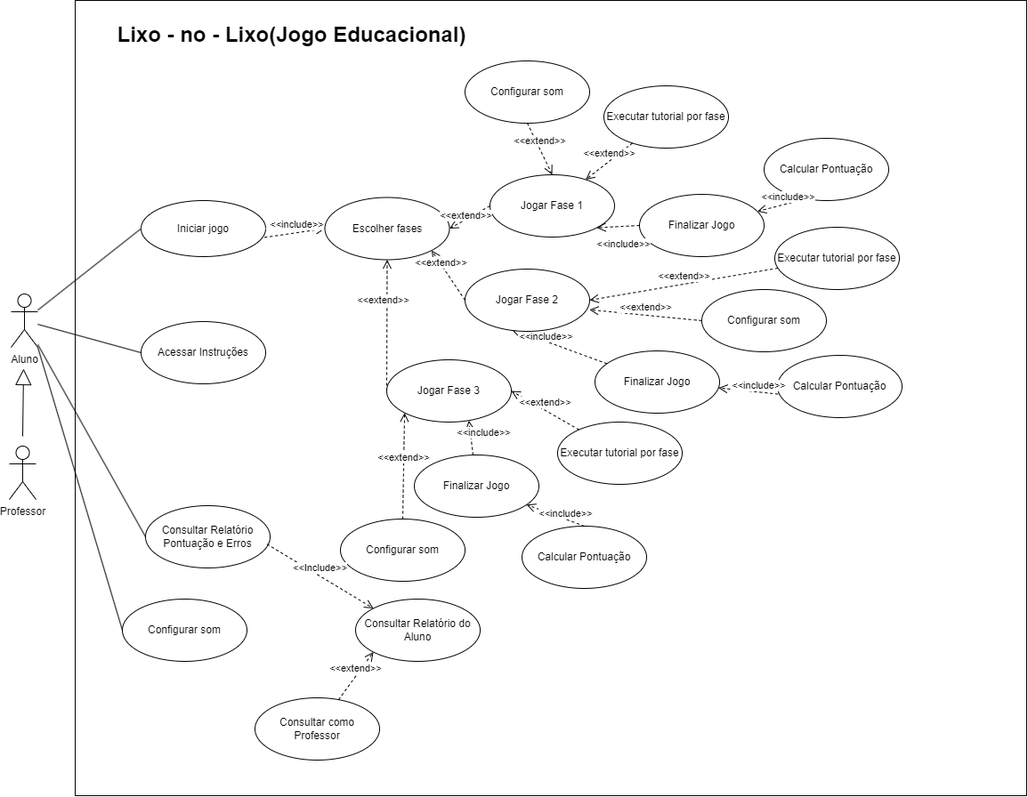
Before: JOGOES.drawio.png, a diagram exported from draw.io (BrendaGarcez/Lixo-no-Lixo). Source tidied: cells renumbered, new cells last; positions are measured from the earlier drawing's top-left corner, leaving out a move shared by most shapes.
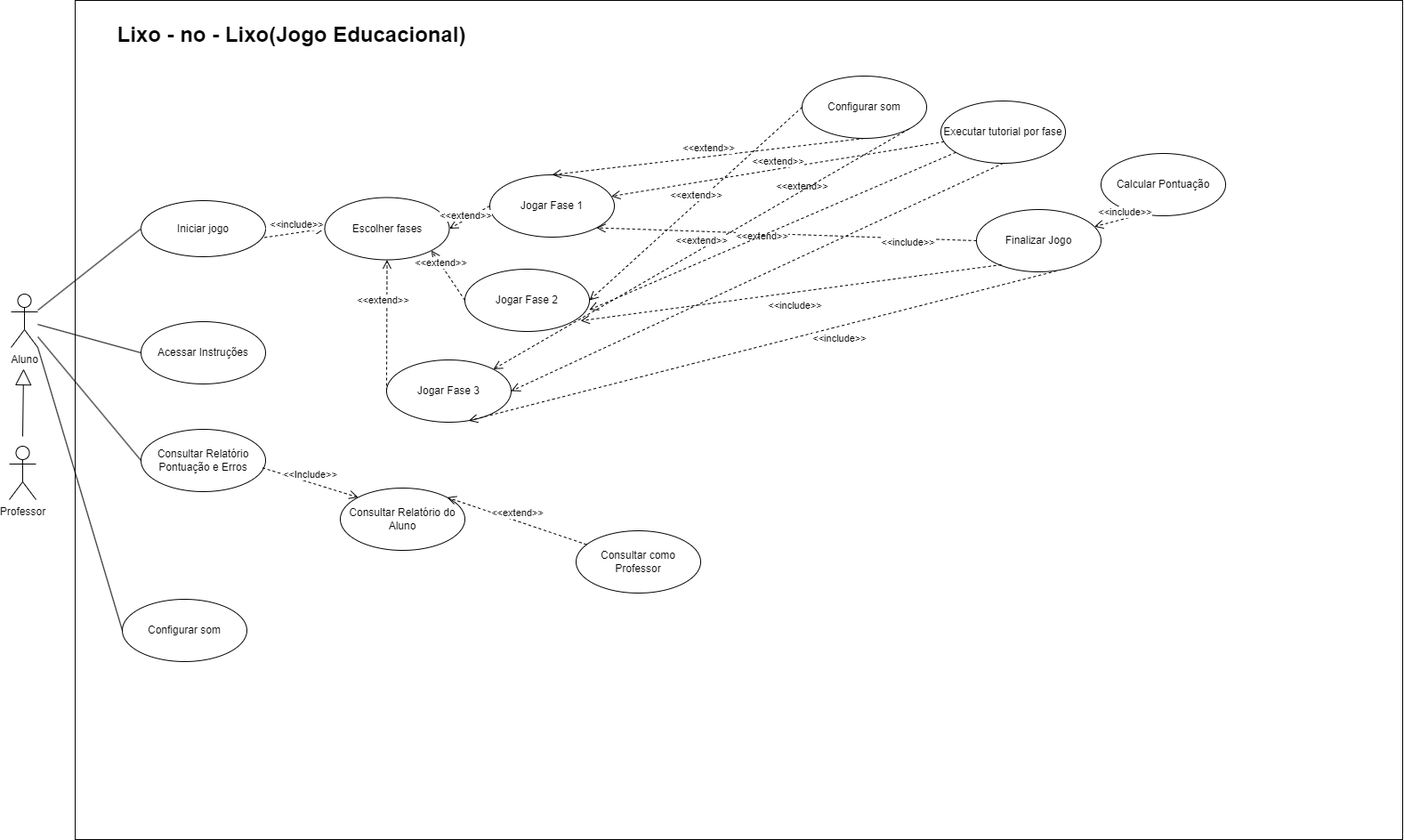
After the change.

The edit, as a diff of the source:
```diff
@@ -3,7 +3,7 @@
     <mxCell id="0" />
     <mxCell id="1" parent="0" />
     <mxCell id="2" style="rounded=0;whiteSpace=wrap;html=1;" parent="1" vertex="1">
-      <mxGeometry x="74" width="1069" height="894" as="geometry" />
+      <mxGeometry x="74" width="1492" height="943" as="geometry" />
     </mxCell>
     <mxCell id="3" value="Aluno" style="shape=umlActor;verticalLabelPosition=bottom;verticalAlign=top;html=1;outlineConnect=0;" parent="1" vertex="1">
       <mxGeometry x="2" y="330" width="30" height="60" as="geometry" />
@@ -27,7 +27,7 @@
       <mxGeometry x="148" y="225" width="140" height="63" as="geometry" />
     </mxCell>
     <mxCell id="9" value="Executar tutorial por fase" style="ellipse;whiteSpace=wrap;html=1;" parent="1" vertex="1">
-      <mxGeometry x="668" y="96" width="140" height="70" as="geometry" />
+      <mxGeometry x="1047" y="113" width="140" height="70" as="geometry" />
     </mxCell>
     <mxCell id="10" value="&amp;lt;&amp;lt;include&amp;gt;&amp;gt;" style="html=1;verticalAlign=bottom;endArrow=open;dashed=1;endSize=8;curved=0;rounded=0;exitX=0.992;exitY=0.657;exitDx=0;exitDy=0;entryX=0;entryY=0.5;entryDx=0;entryDy=0;exitPerimeter=0;" parent="1" edge="1" source="8" target="5">
       <mxGeometry x="0.06" relative="1" as="geometry" />
@@ -48,7 +48,7 @@
       <mxGeometry relative="1" as="geometry" />
     </mxCell>
     <mxCell id="16" value="Calcular Pontuação" style="ellipse;whiteSpace=wrap;html=1;" parent="1" vertex="1">
-      <mxGeometry x="848" y="155" width="140" height="70" as="geometry" />
+      <mxGeometry x="1227" y="172" width="140" height="70" as="geometry" />
     </mxCell>
     <mxCell id="17" value="&amp;lt;&amp;lt;include&amp;gt;&amp;gt;" style="html=1;verticalAlign=bottom;endArrow=open;dashed=1;endSize=8;curved=0;rounded=0;exitX=0.305;exitY=0.988;exitDx=0;exitDy=0;exitPerimeter=0;" parent="1" edge="1" source="16" target="19">
       <mxGeometry x="-0.37" y="2" relative="1" as="geometry" />
@@ -57,30 +57,18 @@
       <mxGeometry x="540" y="196" width="140" height="70" as="geometry" />
     </mxCell>
     <mxCell id="19" value="Finalizar Jogo" style="ellipse;whiteSpace=wrap;html=1;" parent="1" vertex="1">
-      <mxGeometry x="708" y="218" width="140" height="70" as="geometry" />
+      <mxGeometry x="1087" y="235" width="140" height="70" as="geometry" />
     </mxCell>
     <mxCell id="20" value="&amp;lt;&amp;lt;include&amp;gt;&amp;gt;" style="html=1;verticalAlign=bottom;endArrow=open;dashed=1;endSize=8;curved=0;rounded=0;exitX=0;exitY=0.5;exitDx=0;exitDy=0;entryX=1;entryY=1;entryDx=0;entryDy=0;" parent="1" edge="1" source="19" target="18">
-      <mxGeometry x="-0.19" y="29" relative="1" as="geometry" />
+      <mxGeometry x="-0.64" y="14" relative="1" as="geometry" />
     </mxCell>
     <mxCell id="21" value="&amp;lt;&amp;lt;extend&amp;gt;&amp;gt;" style="html=1;verticalAlign=bottom;endArrow=open;dashed=1;endSize=8;curved=0;rounded=0;exitX=0;exitY=0.5;exitDx=0;exitDy=0;entryX=1;entryY=0.5;entryDx=0;entryDy=0;" parent="1" edge="1" source="18" target="5">
       <mxGeometry x="0.25" y="4" relative="1" as="geometry" />
     </mxCell>
-    <mxCell id="22" value="Calcular Pontuação" style="ellipse;whiteSpace=wrap;html=1;" parent="1" vertex="1">
-      <mxGeometry x="863" y="399" width="140" height="70" as="geometry" />
-    </mxCell>
-    <mxCell id="23" value="&amp;lt;&amp;lt;include&amp;gt;&amp;gt;" style="html=1;verticalAlign=bottom;endArrow=open;dashed=1;endSize=8;curved=0;rounded=0;exitX=0.005;exitY=0.622;exitDx=0;exitDy=0;exitPerimeter=0;" parent="1" edge="1" source="22" target="24">
-      <mxGeometry x="-0.37" y="2" relative="1" as="geometry" />
-    </mxCell>
-    <mxCell id="24" value="Finalizar Jogo" style="ellipse;whiteSpace=wrap;html=1;" parent="1" vertex="1">
-      <mxGeometry x="658" y="394" width="140" height="70" as="geometry" />
-    </mxCell>
-    <mxCell id="25" value="&amp;lt;&amp;lt;include&amp;gt;&amp;gt;" style="html=1;verticalAlign=bottom;endArrow=open;dashed=1;endSize=8;curved=0;rounded=0;entryX=0.366;entryY=0.954;entryDx=0;entryDy=0;entryPerimeter=0;" parent="1" edge="1" source="24" target="28">
-      <mxGeometry x="0.25" y="4" relative="1" as="geometry" />
+    <mxCell id="25" value="&amp;lt;&amp;lt;include&amp;gt;&amp;gt;" style="html=1;verticalAlign=bottom;endArrow=open;dashed=1;endSize=8;curved=0;rounded=0;entryX=0.929;entryY=0.829;entryDx=0;entryDy=0;entryPerimeter=0;exitX=0.2;exitY=0.886;exitDx=0;exitDy=0;exitPerimeter=0;" parent="1" edge="1" source="19" target="28">
+      <mxGeometry x="-0.01" y="24" relative="1" as="geometry" />
     </mxCell>
-    <mxCell id="26" value="Executar tutorial por fase" style="ellipse;whiteSpace=wrap;html=1;" parent="1" vertex="1">
-      <mxGeometry x="860" y="255" width="140" height="70" as="geometry" />
-    </mxCell>
-    <mxCell id="27" value="&amp;lt;&amp;lt;extend&amp;gt;&amp;gt;" style="html=1;verticalAlign=bottom;endArrow=open;dashed=1;endSize=8;curved=0;rounded=0;entryX=1;entryY=0.5;entryDx=0;entryDy=0;" parent="1" edge="1" source="26" target="28">
+    <mxCell id="27" value="&amp;lt;&amp;lt;extend&amp;gt;&amp;gt;" style="html=1;verticalAlign=bottom;endArrow=open;dashed=1;endSize=8;curved=0;rounded=0;entryX=1;entryY=0.5;entryDx=0;entryDy=0;exitX=0;exitY=0.5;exitDx=0;exitDy=0;" parent="1" edge="1" source="42" target="28">
       <mxGeometry relative="1" as="geometry" />
     </mxCell>
     <mxCell id="28" value="Jogar Fase 2" style="ellipse;whiteSpace=wrap;html=1;" parent="1" vertex="1">
@@ -90,7 +78,7 @@
       <mxGeometry x="0.25" y="4" relative="1" as="geometry" />
     </mxCell>
     <mxCell id="30" value="Consultar Relatório Pontuação e Erros" style="ellipse;whiteSpace=wrap;html=1;" parent="1" vertex="1">
-      <mxGeometry x="153" y="568" width="140" height="70" as="geometry" />
+      <mxGeometry x="148" y="482" width="140" height="70" as="geometry" />
     </mxCell>
     <mxCell id="31" style="endArrow=none;html=1;rounded=0;exitX=0;exitY=0.5;exitDx=0;exitDy=0;" parent="1" edge="1" source="30" target="3">
       <mxGeometry relative="1" as="geometry" />
@@ -110,52 +98,34 @@
     <mxCell id="35" value="&amp;lt;&amp;lt;extend&amp;gt;&amp;gt;" style="html=1;verticalAlign=bottom;endArrow=open;dashed=1;endSize=8;curved=0;rounded=0;exitX=0;exitY=0.5;exitDx=0;exitDy=0;entryX=0.5;entryY=1;entryDx=0;entryDy=0;" parent="1" edge="1" source="34" target="5">
       <mxGeometry x="0.25" y="4" relative="1" as="geometry" />
     </mxCell>
-    <mxCell id="36" value="&amp;lt;&amp;lt;extend&amp;gt;&amp;gt;" style="html=1;verticalAlign=bottom;endArrow=open;dashed=1;endSize=8;curved=0;rounded=0;entryX=1;entryY=0.5;entryDx=0;entryDy=0;" parent="1" edge="1" source="37" target="34">
-      <mxGeometry relative="1" as="geometry" />
+    <mxCell id="36" value="&amp;lt;&amp;lt;extend&amp;gt;&amp;gt;" style="html=1;verticalAlign=bottom;endArrow=open;dashed=1;endSize=8;curved=0;rounded=0;entryX=1;entryY=0.5;entryDx=0;entryDy=0;exitX=0.5;exitY=1;exitDx=0;exitDy=0;" parent="1" edge="1" source="9" target="34">
+      <mxGeometry x="-0.07" y="-31" relative="1" as="geometry" />
     </mxCell>
-    <mxCell id="37" value="Executar tutorial por fase" style="ellipse;whiteSpace=wrap;html=1;" parent="1" vertex="1">
-      <mxGeometry x="616" y="474" width="140" height="70" as="geometry" />
-    </mxCell>
-    <mxCell id="38" value="Finalizar Jogo" style="ellipse;whiteSpace=wrap;html=1;" parent="1" vertex="1">
-      <mxGeometry x="455" y="511" width="140" height="70" as="geometry" />
-    </mxCell>
-    <mxCell id="39" value="&amp;lt;&amp;lt;include&amp;gt;&amp;gt;" style="html=1;verticalAlign=bottom;endArrow=open;dashed=1;endSize=8;curved=0;rounded=0;entryX=0.659;entryY=0.976;entryDx=0;entryDy=0;entryPerimeter=0;" parent="1" edge="1" source="38" target="34">
-      <mxGeometry x="-0.26" y="-14" relative="1" as="geometry" />
+    <mxCell id="39" value="&amp;lt;&amp;lt;include&amp;gt;&amp;gt;" style="html=1;verticalAlign=bottom;endArrow=open;dashed=1;endSize=8;curved=0;rounded=0;entryX=0.659;entryY=0.976;entryDx=0;entryDy=0;entryPerimeter=0;exitX=0.643;exitY=0.986;exitDx=0;exitDy=0;exitPerimeter=0;" parent="1" edge="1" source="19" target="34">
+      <mxGeometry x="-0.24" y="22" relative="1" as="geometry" />
     </mxCell>
-    <mxCell id="40" value="&amp;lt;&amp;lt;include&amp;gt;&amp;gt;" style="html=1;verticalAlign=bottom;endArrow=open;dashed=1;endSize=8;curved=0;rounded=0;exitX=0.5;exitY=0;exitDx=0;exitDy=0;" parent="1" edge="1" source="41" target="38">
-      <mxGeometry x="-0.37" y="2" relative="1" as="geometry" />
-    </mxCell>
-    <mxCell id="41" value="Calcular Pontuação" style="ellipse;whiteSpace=wrap;html=1;" parent="1" vertex="1">
-      <mxGeometry x="576" y="591" width="140" height="70" as="geometry" />
-    </mxCell>
     <mxCell id="42" value="Configurar som" style="ellipse;whiteSpace=wrap;html=1;" parent="1" vertex="1">
-      <mxGeometry x="512" y="68" width="140" height="70" as="geometry" />
+      <mxGeometry x="891" y="85" width="140" height="70" as="geometry" />
     </mxCell>
     <mxCell id="43" value="&amp;lt;&amp;lt;extend&amp;gt;&amp;gt;" style="html=1;verticalAlign=bottom;endArrow=open;dashed=1;endSize=8;curved=0;rounded=0;exitX=0.5;exitY=1;exitDx=0;exitDy=0;entryX=0.5;entryY=0;entryDx=0;entryDy=0;" parent="1" edge="1" source="42" target="18">
       <mxGeometry relative="1" as="geometry" />
     </mxCell>
-    <mxCell id="44" value="Configurar som" style="ellipse;whiteSpace=wrap;html=1;" parent="1" vertex="1">
-      <mxGeometry x="778" y="325" width="140" height="70" as="geometry" />
-    </mxCell>
-    <mxCell id="45" value="Configurar som" style="ellipse;whiteSpace=wrap;html=1;" parent="1" vertex="1">
-      <mxGeometry x="372" y="583" width="140" height="70" as="geometry" />
-    </mxCell>
-    <mxCell id="46" value="&amp;lt;&amp;lt;extend&amp;gt;&amp;gt;" style="html=1;verticalAlign=bottom;endArrow=open;dashed=1;endSize=8;curved=0;rounded=0;exitX=0;exitY=0.5;exitDx=0;exitDy=0;entryX=0.999;entryY=0.653;entryDx=0;entryDy=0;entryPerimeter=0;" parent="1" edge="1" source="44" target="28">
-      <mxGeometry relative="1" as="geometry" />
+    <mxCell id="46" value="&amp;lt;&amp;lt;extend&amp;gt;&amp;gt;" style="html=1;verticalAlign=bottom;endArrow=open;dashed=1;endSize=8;curved=0;rounded=0;entryX=0.999;entryY=0.653;entryDx=0;entryDy=0;entryPerimeter=0;" parent="1" edge="1" source="9" target="28">
+      <mxGeometry x="-0.21" y="-25" relative="1" as="geometry" />
     </mxCell>
-    <mxCell id="47" value="&amp;lt;&amp;lt;extend&amp;gt;&amp;gt;" style="html=1;verticalAlign=bottom;endArrow=open;dashed=1;endSize=8;curved=0;rounded=0;exitX=0.5;exitY=0;exitDx=0;exitDy=0;entryX=0;entryY=1;entryDx=0;entryDy=0;" parent="1" edge="1" source="45" target="34">
+    <mxCell id="47" value="&amp;lt;&amp;lt;extend&amp;gt;&amp;gt;" style="html=1;verticalAlign=bottom;endArrow=open;dashed=1;endSize=8;curved=0;rounded=0;exitX=1;exitY=1;exitDx=0;exitDy=0;entryX=1;entryY=0;entryDx=0;entryDy=0;" parent="1" edge="1" source="42" target="34">
       <mxGeometry relative="1" as="geometry" />
     </mxCell>
     <mxCell id="48" value="&amp;lt;&amp;lt;Include&amp;gt;&amp;gt;" style="html=1;verticalAlign=bottom;endArrow=open;dashed=1;endSize=8;curved=0;rounded=0;entryX=0;entryY=0;entryDx=0;entryDy=0;exitX=0.975;exitY=0.618;exitDx=0;exitDy=0;exitPerimeter=0;" parent="1" edge="1" source="30" target="49">
       <mxGeometry relative="1" as="geometry" />
     </mxCell>
     <mxCell id="49" value="Consultar Relatório do Aluno" style="ellipse;whiteSpace=wrap;html=1;" parent="1" vertex="1">
-      <mxGeometry x="389" y="673" width="140" height="70" as="geometry" />
+      <mxGeometry x="372" y="548" width="140" height="70" as="geometry" />
     </mxCell>
     <mxCell id="50" value="Consultar como Professor" style="ellipse;whiteSpace=wrap;html=1;" parent="1" vertex="1">
-      <mxGeometry x="276" y="784" width="140" height="70" as="geometry" />
+      <mxGeometry x="637" y="596" width="140" height="70" as="geometry" />
     </mxCell>
-    <mxCell id="51" value="&amp;lt;&amp;lt;extend&amp;gt;&amp;gt;" style="html=1;verticalAlign=bottom;endArrow=open;dashed=1;endSize=8;curved=0;rounded=0;entryX=0;entryY=1;entryDx=0;entryDy=0;" parent="1" edge="1" source="50" target="49">
+    <mxCell id="51" value="&amp;lt;&amp;lt;extend&amp;gt;&amp;gt;" style="html=1;verticalAlign=bottom;endArrow=open;dashed=1;endSize=8;curved=0;rounded=0;entryX=1;entryY=0;entryDx=0;entryDy=0;" parent="1" edge="1" source="50" target="49">
       <mxGeometry relative="1" as="geometry" />
     </mxCell>
   </root>
```
